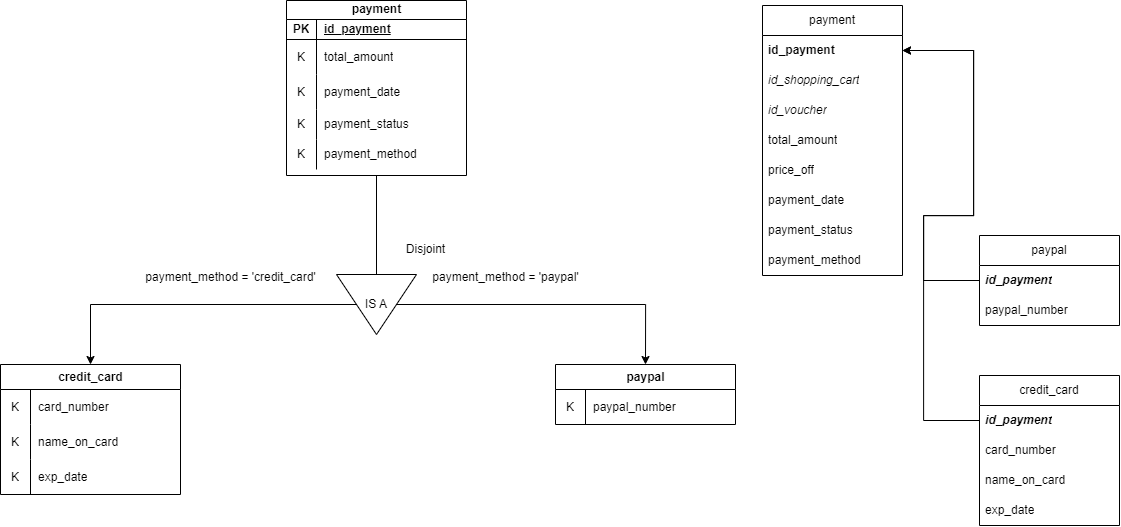
This is Data Storing/design/translate7.png from wargabasdat/Seleksi-2023-Tugas-1, a draw.io export, as it was before one commit. Source tidied: cells renumbered, new cells last; positions are measured from the earlier drawing's top-left corner, leaving out a move shared by most shapes.
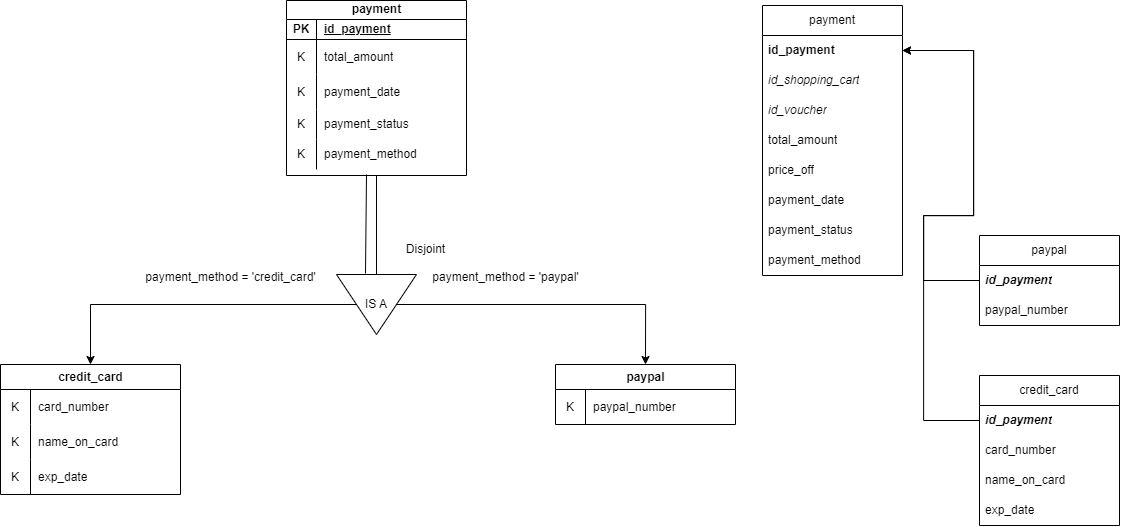
Later version of the same file.

Change to the diagram source:
```diff
@@ -186,5 +186,11 @@
         </Array>
       </mxGeometry>
     </mxCell>
+    <mxCell id="58" style="endArrow=none;html=1;rounded=0;entryX=0.444;entryY=1.18;entryDx=0;entryDy=0;entryPerimeter=0;exitX=-0.02;exitY=0.636;exitDx=0;exitDy=0;exitPerimeter=0;" parent="1" edge="1">
+      <mxGeometry relative="1" as="geometry">
+        <mxPoint x="365" y="273" as="sourcePoint" />
+        <mxPoint x="366" y="174" as="targetPoint" />
+      </mxGeometry>
+    </mxCell>
   </root>
 </mxGraphModel>
```
